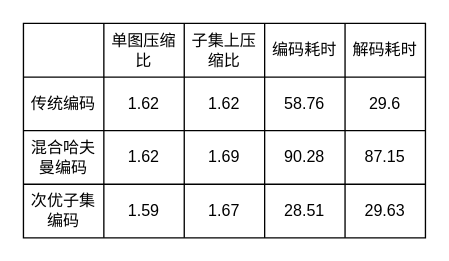
Earlier version of the draw.io diagram 分组压缩结果图表.drawio (jkersmith/reimagined-doodle). Source tidied: cells renumbered, new cells numbered last; positions are measured from the earlier drawing's top-left corner, leaving out a move shared by most shapes. Both pictures are drawn from the tidied source at 134%, with x=0, y=0 at pixel (23, 23).
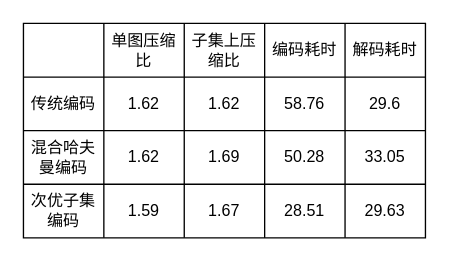
After the change.

Commit message (it also covers changes not shown here):
更新分组压缩结果图表.drawio

Unchanged cells that the change refers to:
```xml
<mxCell id="15" style="shape=tableRow;horizontal=0;startSize=0;swimlaneHead=0;swimlaneBody=0;strokeColor=inherit;top=0;left=0;bottom=0;right=0;fillColor=none;" parent="2" vertex="1">
  <mxGeometry y="80" width="300" height="40" as="geometry" />
</mxCell>
```

Change to the diagram source:
```diff
@@
-    <mxCell id="19" value="90.28" style="shape=partialRectangle;html=1;whiteSpace=wrap;strokeColor=inherit;overflow=hidden;fillColor=none;top=0;left=0;bottom=0;right=0;" parent="15" vertex="1">
+    <mxCell id="19" value="50.28" style="shape=partialRectangle;html=1;whiteSpace=wrap;strokeColor=inherit;overflow=hidden;fillColor=none;top=0;left=0;bottom=0;right=0;" parent="15" vertex="1">
       <mxGeometry x="180" width="60" height="40" as="geometry" />
     </mxCell>
-    <mxCell id="20" value="87.15" style="shape=partialRectangle;html=1;whiteSpace=wrap;strokeColor=inherit;overflow=hidden;fillColor=none;top=0;left=0;bottom=0;right=0;" parent="15" vertex="1">
+    <mxCell id="20" value="33.05" style="shape=partialRectangle;html=1;whiteSpace=wrap;strokeColor=inherit;overflow=hidden;fillColor=none;top=0;left=0;bottom=0;right=0;" parent="15" vertex="1">
       <mxGeometry x="240" width="60" height="40" as="geometry" />
     </mxCell>
```
